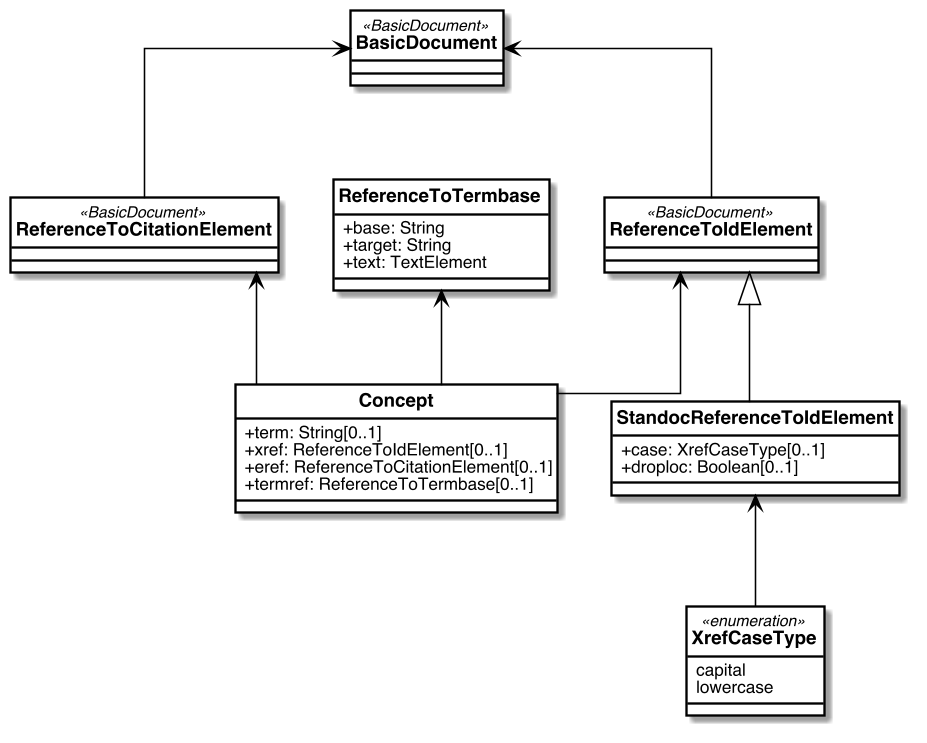
Earlier version of the PlantUML export standoc/images/StandardDoc_Inline.png (metanorma/standoc-models).
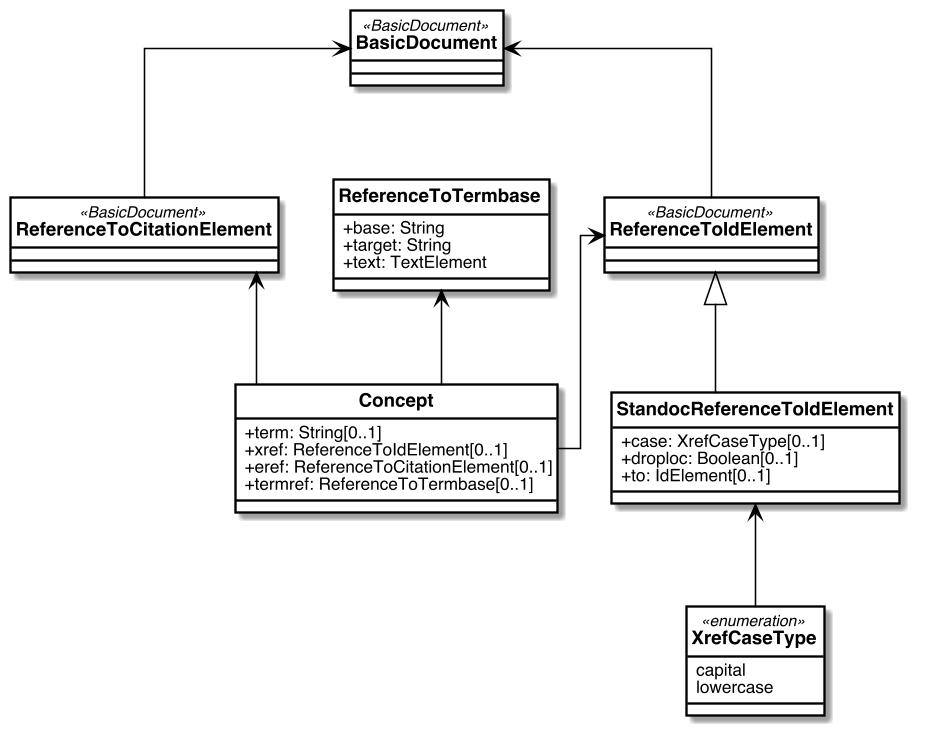
The same diagram one commit later.

Commit message:
xref/@to: https://github.com/metanorma/metanorma-standoc/issues/342

The edit, as a diff of the source:
```diff
@@ -28,6 +28,7 @@
 class StandocReferenceToIdElement {
   +case: XrefCaseType[0..1]
   +droploc: Boolean[0..1]
+  +to: IdElement[0..1]
 }
 
 class XrefCaseType <<enumeration>> {
```
